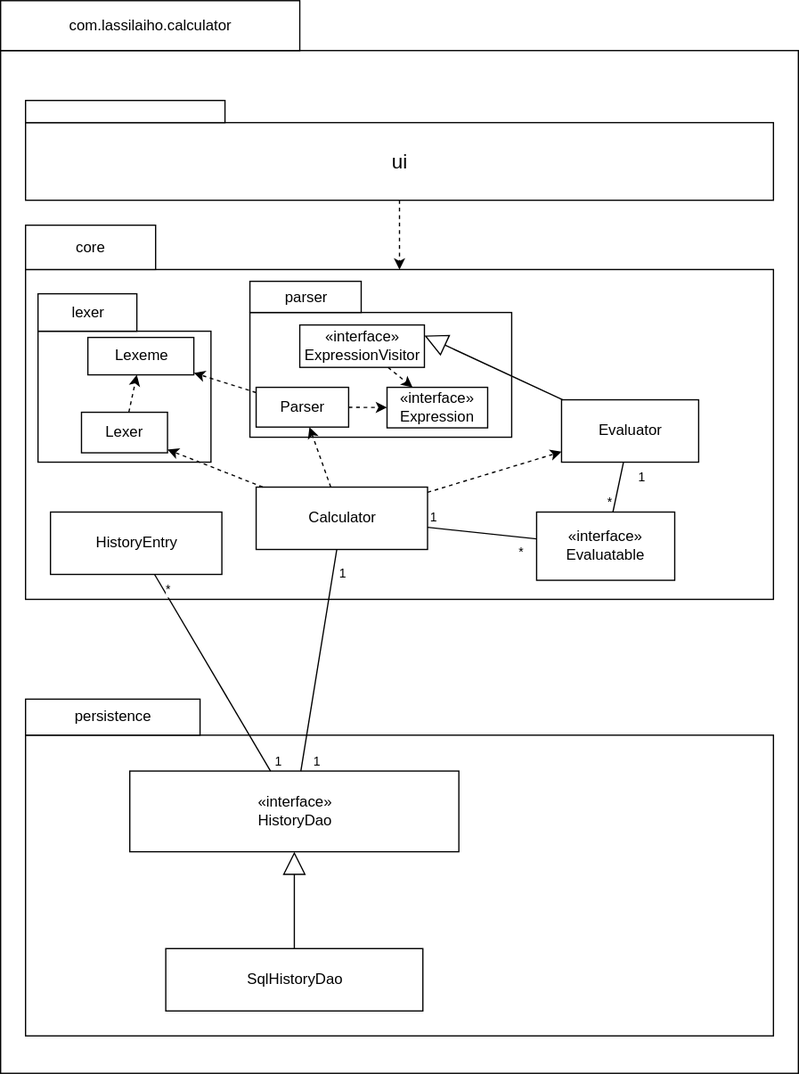
Before: docs/images/class-diagram.svg, a diagram exported from draw.io (lassilaiho/ohte-2020). Source tidied: cells renumbered, new cells last; positions are measured from the earlier drawing's top-left corner, leaving out a move shared by most shapes.
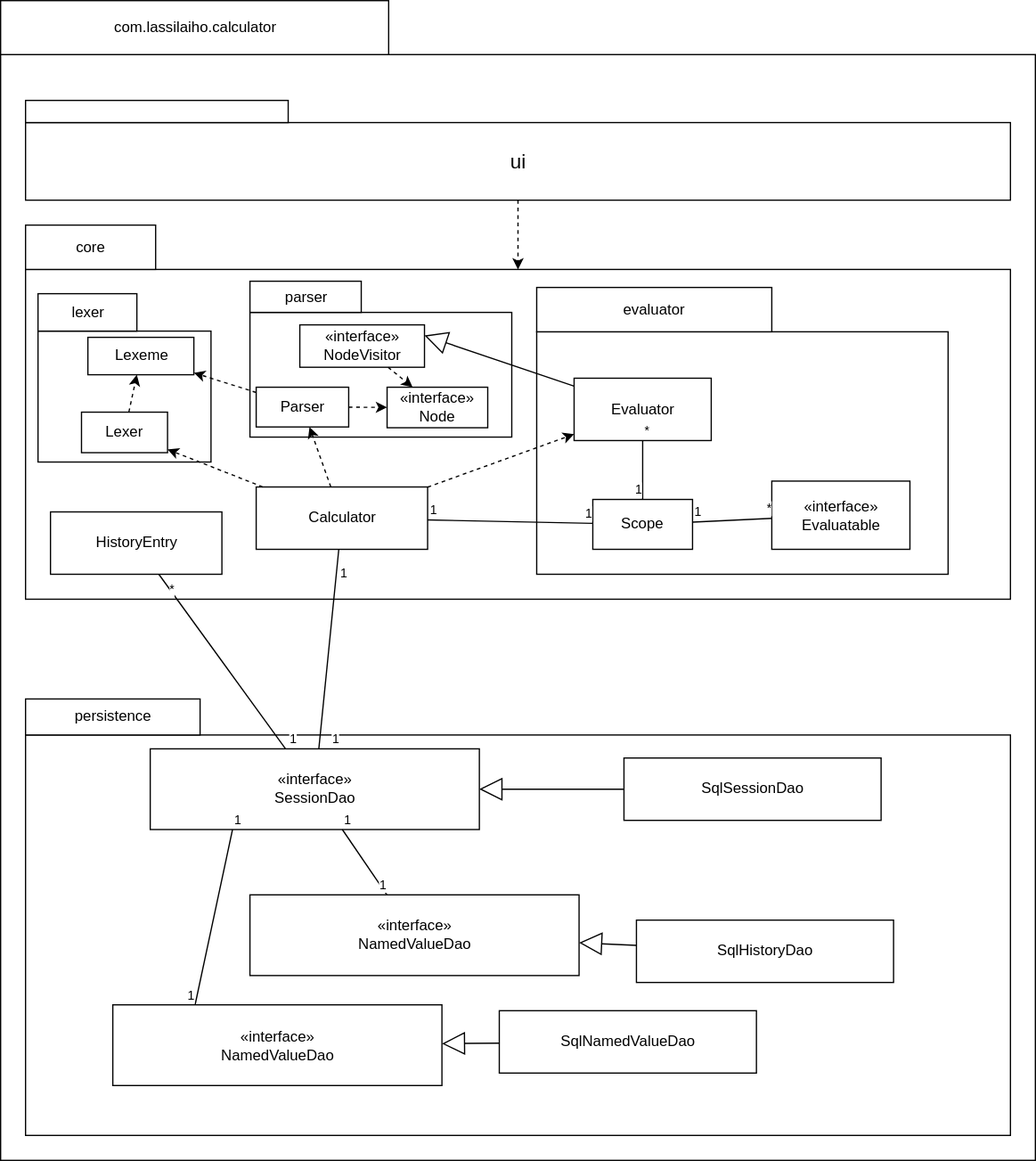
The same file after the commit.

Commit message:
Update architecture description

Diff of the diagram source:
```diff
@@ -3,169 +3,224 @@
     <mxCell id="0" />
     <mxCell id="1" parent="0" />
     <mxCell id="2" style="group;" parent="1" vertex="1">
-      <mxGeometry width="640" height="860" as="geometry" />
+      <mxGeometry width="830" height="930" as="geometry" />
     </mxCell>
     <mxCell id="3" style="html=1;" parent="2" vertex="1">
-      <mxGeometry y="40" width="640" height="820" as="geometry" />
+      <mxGeometry y="43.3" width="830" height="886.7" as="geometry" />
     </mxCell>
     <mxCell id="4" value="com.lassilaiho.calculator" style="html=1;" parent="2" vertex="1">
-      <mxGeometry width="240" height="40" as="geometry" />
+      <mxGeometry width="311.2" height="43.3" as="geometry" />
     </mxCell>
-    <mxCell id="5" style="group;" parent="1" vertex="1">
-      <mxGeometry x="20" y="140" width="600" height="340" as="geometry" />
+    <mxCell id="5" style="endArrow=classic;html=1;dashed=1;" parent="1" edge="1" source="7" target="26">
+      <mxGeometry relative="1" as="geometry" />
     </mxCell>
-    <mxCell id="6" style="html=1;" parent="5" vertex="1">
-      <mxGeometry y="75.6" width="600" height="264.4" as="geometry" />
+    <mxCell id="6" style="group;" parent="1" vertex="1">
+      <mxGeometry x="20" y="80" width="790" height="80" as="geometry" />
     </mxCell>
-    <mxCell id="7" value="core" style="html=1;" parent="5" vertex="1">
-      <mxGeometry y="40" width="104.3" height="35.6" as="geometry" />
+    <mxCell id="7" value="&lt;font style=&quot;font-size: 16px&quot;&gt;ui&lt;/font&gt;" style="html=1;" parent="6" vertex="1">
+      <mxGeometry y="17.8" width="790" height="62.2" as="geometry" />
     </mxCell>
-    <mxCell id="8" value="Calculator" style="html=1;" parent="5" vertex="1">
-      <mxGeometry x="185" y="250" width="137.5" height="50" as="geometry" />
+    <mxCell id="8" style="html=1;" parent="6" vertex="1">
+      <mxGeometry width="210.7" height="17.8" as="geometry" />
     </mxCell>
-    <mxCell id="9" value="HistoryEntry" style="html=1;" parent="5" vertex="1">
-      <mxGeometry x="20" y="270" width="137.5" height="50" as="geometry" />
+    <mxCell id="9" style="html=1;" parent="1" vertex="1">
+      <mxGeometry x="20" y="588.9" width="790" height="321.1" as="geometry" />
     </mxCell>
-    <mxCell id="10" style="group;" parent="5" vertex="1">
-      <mxGeometry x="10" y="95" width="138.8" height="135" as="geometry" />
+    <mxCell id="10" value="persistence" style="html=1;" parent="1" vertex="1">
+      <mxGeometry x="20" y="560" width="140" height="28.9" as="geometry" />
     </mxCell>
-    <mxCell id="11" style="html=1;" parent="10" vertex="1">
-      <mxGeometry y="30" width="138.8" height="105" as="geometry" />
+    <mxCell id="11" value="«interface»&lt;br&gt;SessionDao" style="html=1;" parent="1" vertex="1">
+      <mxGeometry x="120" y="600" width="264" height="64.7" as="geometry" />
     </mxCell>
-    <mxCell id="12" value="lexer" style="html=1;" parent="10" vertex="1">
-      <mxGeometry width="79.3" height="30" as="geometry" />
+    <mxCell id="12" value="SqlSessionDao" style="html=1;" parent="1" vertex="1">
+      <mxGeometry x="500" y="607.4" width="206.2" height="50" as="geometry" />
     </mxCell>
-    <mxCell id="13" value="Lexer" style="html=1;" parent="10" vertex="1">
-      <mxGeometry x="34.9" y="95" width="69" height="32.5" as="geometry" />
+    <mxCell id="13" style="endArrow=block;endSize=16;endFill=0;html=1;" parent="1" edge="1" source="12" target="11">
+      <mxGeometry relative="1" as="geometry" />
     </mxCell>
-    <mxCell id="14" value="Lexeme" style="html=1;" parent="10" vertex="1">
-      <mxGeometry x="40" y="35" width="85" height="30" as="geometry" />
+    <mxCell id="14" value="«interface»&lt;br&gt;NamedValueDao" style="html=1;" parent="1" vertex="1">
+      <mxGeometry x="90" y="805.3" width="264" height="64.7" as="geometry" />
     </mxCell>
-    <mxCell id="15" style="endArrow=classic;html=1;dashed=1;" parent="10" edge="1" source="13" target="14">
-      <mxGeometry relative="1" as="geometry" />
+    <mxCell id="15" value="SqlHistoryDao" style="html=1;" parent="1" vertex="1">
+      <mxGeometry x="510" y="737.4" width="206.2" height="50" as="geometry" />
     </mxCell>
-    <mxCell id="16" value="Evaluator" style="html=1;" parent="5" vertex="1">
-      <mxGeometry x="430" y="180" width="110" height="50" as="geometry" />
+    <mxCell id="16" value="SqlNamedValueDao" style="html=1;" parent="1" vertex="1">
+      <mxGeometry x="400" y="810" width="206.2" height="50" as="geometry" />
     </mxCell>
-    <mxCell id="17" style="group;" parent="5" vertex="1">
-      <mxGeometry x="180" y="85" width="210.8" height="125" as="geometry" />
+    <mxCell id="17" value="«interface»&lt;br&gt;NamedValueDao" style="html=1;" parent="1" vertex="1">
+      <mxGeometry x="200" y="717.1" width="264" height="64.7" as="geometry" />
     </mxCell>
-    <mxCell id="18" style="html=1;" parent="17" vertex="1">
-      <mxGeometry y="25" width="210" height="100" as="geometry" />
+    <mxCell id="18" style="endArrow=block;endSize=16;endFill=0;html=1;" parent="1" edge="1" source="16" target="14">
+      <mxGeometry relative="1" as="geometry" />
     </mxCell>
-    <mxCell id="19" value="parser" style="html=1;" parent="17" vertex="1">
-      <mxGeometry width="89.3" height="25" as="geometry" />
+    <mxCell id="19" style="endArrow=block;endSize=16;endFill=0;html=1;" parent="1" edge="1" source="15" target="17">
+      <mxGeometry relative="1" as="geometry" />
     </mxCell>
-    <mxCell id="20" value="Parser" style="html=1;" parent="17" vertex="1">
-      <mxGeometry x="5" y="85" width="74.2" height="31.9" as="geometry" />
+    <mxCell id="20" style="endArrow=none;html=1;" parent="1" edge="1" source="11" target="17">
+      <mxGeometry relative="1" as="geometry" />
     </mxCell>
-    <mxCell id="21" value="«interface»&lt;br&gt;Expression" style="html=1;" parent="17" vertex="1">
-      <mxGeometry x="110" y="85" width="80.7" height="32.5" as="geometry" />
+    <mxCell id="21" value="1" style="html=1;align=left;verticalAlign=bottom;labelBackgroundColor=#ffffff;fontSize=10;" parent="20" vertex="1">
+      <mxGeometry x="-1" relative="1" as="geometry" />
     </mxCell>
-    <mxCell id="22" value="«interface»&lt;br&gt;ExpressionVisitor" style="html=1;" parent="17" vertex="1">
-      <mxGeometry x="40" y="35" width="100" height="34" as="geometry" />
+    <mxCell id="22" value="1" style="html=1;align=right;verticalAlign=bottom;labelBackgroundColor=#ffffff;fontSize=10;" parent="20" vertex="1">
+      <mxGeometry x="1" relative="1" as="geometry" />
     </mxCell>
-    <mxCell id="23" style="endArrow=classic;html=1;dashed=1;" parent="17" edge="1" source="22" target="21">
+    <mxCell id="23" style="endArrow=none;html=1;entryX=0.25;entryY=0;entryDx=0;entryDy=0;exitX=0.25;exitY=1;exitDx=0;exitDy=0;" parent="1" edge="1" source="11" target="14">
       <mxGeometry relative="1" as="geometry" />
     </mxCell>
-    <mxCell id="24" style="endArrow=classic;html=1;dashed=1;" parent="17" edge="1" source="20" target="21">
-      <mxGeometry relative="1" as="geometry" />
+    <mxCell id="24" value="1" style="html=1;align=left;verticalAlign=bottom;labelBackgroundColor=#ffffff;fontSize=10;" parent="23" vertex="1">
+      <mxGeometry x="-1" relative="1" as="geometry" />
     </mxCell>
-    <mxCell id="25" style="endArrow=classic;html=1;dashed=1;" parent="5" edge="1" source="8" target="13">
-      <mxGeometry relative="1" as="geometry" />
+    <mxCell id="25" value="1" style="html=1;align=right;verticalAlign=bottom;labelBackgroundColor=#ffffff;fontSize=10;" parent="23" vertex="1">
+      <mxGeometry x="1" relative="1" as="geometry" />
     </mxCell>
-    <mxCell id="26" style="endArrow=classic;html=1;dashed=1;" parent="5" edge="1" source="8" target="20">
-      <mxGeometry relative="1" as="geometry" />
+    <mxCell id="26" style="html=1;" parent="1" vertex="1">
+      <mxGeometry x="20" y="215.6" width="790" height="264.4" as="geometry" />
     </mxCell>
-    <mxCell id="27" style="endArrow=classic;html=1;dashed=1;" parent="5" edge="1" source="8" target="16">
-      <mxGeometry relative="1" as="geometry" />
+    <mxCell id="27" value="core" style="html=1;" parent="1" vertex="1">
+      <mxGeometry x="20" y="180" width="104.3" height="35.6" as="geometry" />
     </mxCell>
-    <mxCell id="28" style="endArrow=block;endSize=16;endFill=0;html=1;entryX=1;entryY=0.25;entryDx=0;entryDy=0;" parent="5" edge="1" source="16" target="22">
-      <mxGeometry relative="1" as="geometry" />
+    <mxCell id="28" value="Calculator" style="html=1;" parent="1" vertex="1">
+      <mxGeometry x="205" y="390" width="137.5" height="50" as="geometry" />
     </mxCell>
-    <mxCell id="29" value="«interface»&lt;br&gt;Evaluatable" style="html=1;" parent="5" vertex="1">
-      <mxGeometry x="410" y="270" width="110.8" height="54.7" as="geometry" />
+    <mxCell id="29" value="HistoryEntry" style="html=1;" parent="1" vertex="1">
+      <mxGeometry x="40" y="410" width="137.5" height="50" as="geometry" />
     </mxCell>
-    <mxCell id="30" style="endArrow=none;html=1;" parent="5" edge="1" source="8" target="29">
-      <mxGeometry relative="1" as="geometry" />
+    <mxCell id="30" style="group;" parent="1" vertex="1">
+      <mxGeometry x="30" y="235" width="138.8" height="135" as="geometry" />
     </mxCell>
-    <mxCell id="31" value="1" style="html=1;align=left;verticalAlign=bottom;labelBackgroundColor=#ffffff;fontSize=10;" parent="30" vertex="1">
-      <mxGeometry x="-1" relative="1" as="geometry" />
+    <mxCell id="31" style="html=1;" parent="30" vertex="1">
+      <mxGeometry y="30" width="138.8" height="105" as="geometry" />
     </mxCell>
-    <mxCell id="32" value="*" style="html=1;align=right;verticalAlign=bottom;labelBackgroundColor=#ffffff;fontSize=10;" parent="30" vertex="1">
-      <mxGeometry x="1" relative="1" as="geometry">
-        <mxPoint x="-10" y="18.5" as="offset" />
-      </mxGeometry>
+    <mxCell id="32" value="lexer" style="html=1;" parent="30" vertex="1">
+      <mxGeometry width="79.3" height="30" as="geometry" />
     </mxCell>
-    <mxCell id="33" style="endArrow=classic;html=1;dashed=1;" parent="5" edge="1" source="20" target="14">
-      <mxGeometry relative="1" as="geometry" />
+    <mxCell id="33" value="Lexer" style="html=1;" parent="30" vertex="1">
+      <mxGeometry x="34.9" y="95" width="69" height="32.5" as="geometry" />
     </mxCell>
-    <mxCell id="34" style="endArrow=none;html=1;" parent="5" edge="1" source="16" target="29">
-      <mxGeometry relative="1" as="geometry" />
+    <mxCell id="34" value="Lexeme" style="html=1;" parent="30" vertex="1">
+      <mxGeometry x="40" y="35" width="85" height="30" as="geometry" />
     </mxCell>
-    <mxCell id="35" value="1" style="html=1;align=left;verticalAlign=bottom;labelBackgroundColor=#ffffff;fontSize=10;" parent="34" vertex="1">
-      <mxGeometry x="-1" relative="1" as="geometry">
-        <mxPoint x="10.3" y="20" as="offset" />
-      </mxGeometry>
+    <mxCell id="35" style="endArrow=classic;html=1;dashed=1;" parent="30" edge="1" source="33" target="34">
+      <mxGeometry relative="1" as="geometry" />
     </mxCell>
-    <mxCell id="36" value="*" style="html=1;align=right;verticalAlign=bottom;labelBackgroundColor=#ffffff;fontSize=10;" parent="34" vertex="1">
-      <mxGeometry x="1" relative="1" as="geometry" />
+    <mxCell id="36" style="group;" parent="1" vertex="1">
+      <mxGeometry x="200" y="225" width="210.8" height="125" as="geometry" />
     </mxCell>
-    <mxCell id="37" style="group;" parent="1" vertex="1">
-      <mxGeometry x="20" y="540" width="600" height="290" as="geometry" />
+    <mxCell id="37" style="html=1;" parent="36" vertex="1">
+      <mxGeometry y="25" width="210" height="100" as="geometry" />
     </mxCell>
-    <mxCell id="38" style="html=1;" parent="37" vertex="1">
-      <mxGeometry y="48.9" width="600" height="241.1" as="geometry" />
+    <mxCell id="38" value="parser" style="html=1;" parent="36" vertex="1">
+      <mxGeometry width="89.3" height="25" as="geometry" />
     </mxCell>
-    <mxCell id="39" value="persistence" style="html=1;" parent="37" vertex="1">
-      <mxGeometry y="20" width="140" height="28.9" as="geometry" />
+    <mxCell id="39" value="Parser" style="html=1;" parent="36" vertex="1">
+      <mxGeometry x="5" y="85" width="74.2" height="31.9" as="geometry" />
     </mxCell>
-    <mxCell id="40" value="«interface»&lt;br&gt;HistoryDao" style="html=1;" parent="37" vertex="1">
-      <mxGeometry x="83.6" y="77.7" width="264" height="64.7" as="geometry" />
+    <mxCell id="40" value="«interface»&lt;br&gt;Node" style="html=1;" parent="36" vertex="1">
+      <mxGeometry x="110" y="85" width="80.7" height="32.5" as="geometry" />
     </mxCell>
-    <mxCell id="41" value="SqlHistoryDao" style="html=1;" parent="37" vertex="1">
-      <mxGeometry x="112.5" y="220" width="206.2" height="50" as="geometry" />
+    <mxCell id="41" value="«interface»&lt;br&gt;NodeVisitor" style="html=1;" parent="36" vertex="1">
+      <mxGeometry x="40" y="35" width="100" height="34" as="geometry" />
     </mxCell>
-    <mxCell id="42" style="endArrow=block;endSize=16;endFill=0;html=1;" parent="37" edge="1" source="41" target="40">
+    <mxCell id="42" style="endArrow=classic;html=1;dashed=1;" parent="36" edge="1" source="41" target="40">
       <mxGeometry relative="1" as="geometry" />
     </mxCell>
-    <mxCell id="43" style="endArrow=classic;html=1;dashed=1;" parent="1" edge="1" source="51" target="6">
+    <mxCell id="43" style="endArrow=classic;html=1;dashed=1;" parent="36" edge="1" source="39" target="40">
       <mxGeometry relative="1" as="geometry" />
     </mxCell>
-    <mxCell id="44" style="endArrow=none;html=1;rounded=1;" parent="1" edge="1" source="8" target="40">
+    <mxCell id="44" style="endArrow=classic;html=1;dashed=1;" parent="1" edge="1" source="28" target="33">
       <mxGeometry relative="1" as="geometry" />
     </mxCell>
-    <mxCell id="45" value="1" style="html=1;align=left;verticalAlign=bottom;labelBackgroundColor=#ffffff;fontSize=10;" parent="44" vertex="1">
-      <mxGeometry x="-1" relative="1" as="geometry">
-        <mxPoint y="27" as="offset" />
-      </mxGeometry>
+    <mxCell id="45" style="endArrow=classic;html=1;dashed=1;" parent="1" edge="1" source="28" target="39">
+      <mxGeometry relative="1" as="geometry" />
     </mxCell>
-    <mxCell id="46" value="1" style="html=1;align=right;verticalAlign=bottom;labelBackgroundColor=#ffffff;fontSize=10;" parent="44" vertex="1">
-      <mxGeometry x="1" relative="1" as="geometry">
-        <mxPoint x="16.3" as="offset" />
-      </mxGeometry>
+    <mxCell id="46" style="endArrow=classic;html=1;dashed=1;" parent="1" edge="1" source="39" target="34">
+      <mxGeometry relative="1" as="geometry" />
     </mxCell>
-    <mxCell id="47" style="endArrow=none;html=1;" parent="1" edge="1" source="9" target="40">
+    <mxCell id="47" style="endArrow=none;html=1;rounded=1;" parent="1" edge="1" source="28" target="11">
       <mxGeometry relative="1" as="geometry" />
     </mxCell>
-    <mxCell id="48" value="*" style="html=1;align=left;verticalAlign=bottom;labelBackgroundColor=#ffffff;fontSize=10;" parent="47" vertex="1">
+    <mxCell id="48" value="1" style="html=1;align=left;verticalAlign=bottom;labelBackgroundColor=#ffffff;fontSize=10;" parent="47" vertex="1">
       <mxGeometry x="-1" relative="1" as="geometry">
-        <mxPoint x="7.5" y="20" as="offset" />
+        <mxPoint y="27" as="offset" />
       </mxGeometry>
     </mxCell>
     <mxCell id="49" value="1" style="html=1;align=right;verticalAlign=bottom;labelBackgroundColor=#ffffff;fontSize=10;" parent="47" vertex="1">
       <mxGeometry x="1" relative="1" as="geometry">
-        <mxPoint x="9" as="offset" />
+        <mxPoint x="16.3" as="offset" />
       </mxGeometry>
     </mxCell>
-    <mxCell id="50" style="group;" parent="1" vertex="1">
-      <mxGeometry x="20" y="80" width="600" height="80" as="geometry" />
+    <mxCell id="50" style="endArrow=none;html=1;" parent="1" edge="1" source="29" target="11">
+      <mxGeometry relative="1" as="geometry" />
     </mxCell>
-    <mxCell id="51" value="&lt;font style=&quot;font-size: 16px&quot;&gt;ui&lt;/font&gt;" style="html=1;" parent="50" vertex="1">
-      <mxGeometry y="17.8" width="600" height="62.2" as="geometry" />
+    <mxCell id="51" value="*" style="html=1;align=left;verticalAlign=bottom;labelBackgroundColor=#ffffff;fontSize=10;" parent="50" vertex="1">
+      <mxGeometry x="-1" relative="1" as="geometry">
+        <mxPoint x="7.5" y="20" as="offset" />
+      </mxGeometry>
     </mxCell>
-    <mxCell id="52" style="html=1;" parent="50" vertex="1">
-      <mxGeometry width="160" height="17.8" as="geometry" />
+    <mxCell id="52" value="1" style="html=1;align=right;verticalAlign=bottom;labelBackgroundColor=#ffffff;fontSize=10;" parent="50" vertex="1">
+      <mxGeometry x="1" relative="1" as="geometry">
+        <mxPoint x="9" as="offset" />
+      </mxGeometry>
     </mxCell>
+    <mxCell id="53" style="endArrow=none;html=1;" parent="1" edge="1" source="58" target="59">
+      <mxGeometry relative="1" as="geometry" />
+    </mxCell>
+    <mxCell id="54" value="1" style="html=1;align=left;verticalAlign=bottom;labelBackgroundColor=#ffffff;fontSize=10;" parent="53" vertex="1">
+      <mxGeometry x="-1" relative="1" as="geometry">
+        <mxPoint x="10.3" y="20" as="offset" />
+      </mxGeometry>
+    </mxCell>
+    <mxCell id="55" value="*" style="html=1;align=right;verticalAlign=bottom;labelBackgroundColor=#ffffff;fontSize=10;" parent="53" vertex="1">
+      <mxGeometry x="1" relative="1" as="geometry" />
+    </mxCell>
+    <mxCell id="56" style="html=1;" parent="1" vertex="1">
+      <mxGeometry x="430" y="265.6" width="330" height="194.4" as="geometry" />
+    </mxCell>
+    <mxCell id="57" value="evaluator" style="html=1;" parent="1" vertex="1">
+      <mxGeometry x="430" y="230" width="188.6" height="35.6" as="geometry" />
+    </mxCell>
+    <mxCell id="58" value="Evaluator" style="html=1;" parent="1" vertex="1">
+      <mxGeometry x="460" y="302.8" width="110" height="50" as="geometry" />
+    </mxCell>
+    <mxCell id="59" value="«interface»&lt;br&gt;Evaluatable" style="html=1;" parent="1" vertex="1">
+      <mxGeometry x="618.6" y="385.3" width="110.8" height="54.7" as="geometry" />
+    </mxCell>
+    <mxCell id="60" style="endArrow=classic;html=1;dashed=1;" parent="1" edge="1" source="28" target="58">
+      <mxGeometry relative="1" as="geometry" />
+    </mxCell>
+    <mxCell id="61" style="endArrow=block;endSize=16;endFill=0;html=1;entryX=1;entryY=0.25;entryDx=0;entryDy=0;" parent="1" edge="1" source="58" target="41">
+      <mxGeometry relative="1" as="geometry" />
+    </mxCell>
+    <mxCell id="62" value="Scope" style="rounded=0;whiteSpace=wrap;html=1;" parent="1" vertex="1">
+      <mxGeometry x="475" y="400" width="80" height="40" as="geometry" />
+    </mxCell>
+    <mxCell id="63" style="endArrow=none;html=1;" parent="1" edge="1" source="62" target="59">
+      <mxGeometry relative="1" as="geometry" />
+    </mxCell>
+    <mxCell id="64" value="1" style="html=1;align=left;verticalAlign=bottom;labelBackgroundColor=#ffffff;fontSize=10;" parent="63" vertex="1">
+      <mxGeometry x="-1" relative="1" as="geometry" />
+    </mxCell>
+    <mxCell id="65" value="*" style="html=1;align=right;verticalAlign=bottom;labelBackgroundColor=#ffffff;fontSize=10;" parent="63" vertex="1">
+      <mxGeometry x="1" relative="1" as="geometry" />
+    </mxCell>
+    <mxCell id="66" style="endArrow=none;html=1;" parent="1" edge="1" source="28" target="62">
+      <mxGeometry relative="1" as="geometry" />
+    </mxCell>
+    <mxCell id="67" value="1" style="html=1;align=left;verticalAlign=bottom;labelBackgroundColor=#ffffff;fontSize=10;" parent="66" vertex="1">
+      <mxGeometry x="-1" relative="1" as="geometry" />
+    </mxCell>
+    <mxCell id="68" value="1" style="html=1;align=right;verticalAlign=bottom;labelBackgroundColor=#ffffff;fontSize=10;" parent="66" vertex="1">
+      <mxGeometry x="1" relative="1" as="geometry" />
+    </mxCell>
+    <mxCell id="69" style="endArrow=none;html=1;" parent="1" edge="1" source="58" target="62">
+      <mxGeometry relative="1" as="geometry" />
+    </mxCell>
+    <mxCell id="70" value="*" style="html=1;align=left;verticalAlign=bottom;labelBackgroundColor=#ffffff;fontSize=10;" parent="69" vertex="1">
+      <mxGeometry x="-1" relative="1" as="geometry" />
+    </mxCell>
+    <mxCell id="71" value="1" style="html=1;align=right;verticalAlign=bottom;labelBackgroundColor=#ffffff;fontSize=10;" parent="69" vertex="1">
+      <mxGeometry x="1" relative="1" as="geometry" />
+    </mxCell>
   </root>
 </mxGraphModel>
```
